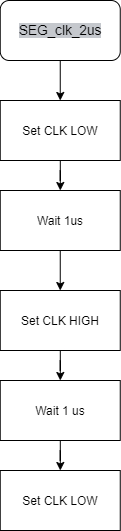
The draw.io diagram Labs/05-segment/Untitled Diagram.drawio.png in UTAN25/Digital-electronics-2, before a commit. Source tidied: cells renumbered, new cells last; positions are measured from the earlier drawing's top-left corner, leaving out a move shared by most shapes. Source of this version:
```xml
<mxGraphModel>
  <root>
    <mxCell id="0" />
    <mxCell id="1" parent="0" />
    <mxCell id="2" style="edgeStyle=orthogonalEdgeStyle;rounded=0;jettySize=auto;html=1;fontColor=#000000;" parent="1" edge="1" source="3" target="5">
      <mxGeometry relative="1" as="geometry" />
    </mxCell>
    <mxCell id="3" value="&lt;span style=&quot;font-size: 13.6px ; text-align: -webkit-left ; background-color: rgba(110 , 118 , 129 , 0.4)&quot;&gt;SEG_clk_2us&lt;/span&gt;" style="rounded=1;whiteSpace=wrap;html=1;" parent="1" vertex="1">
      <mxGeometry x="-0.2" width="120" height="60" as="geometry" />
    </mxCell>
    <mxCell id="4" style="edgeStyle=orthogonalEdgeStyle;rounded=0;jettySize=auto;html=1;fontColor=#000000;" parent="1" edge="1" source="5" target="7">
      <mxGeometry relative="1" as="geometry" />
    </mxCell>
    <mxCell id="5" value="Set CLK LOW" style="whiteSpace=wrap;html=1;" parent="1" vertex="1">
      <mxGeometry x="-0.2" y="100" width="120" height="60" as="geometry" />
    </mxCell>
    <mxCell id="6" style="edgeStyle=orthogonalEdgeStyle;rounded=0;jettySize=auto;html=1;fontColor=#000000;" parent="1" edge="1" source="7" target="9">
      <mxGeometry relative="1" as="geometry" />
    </mxCell>
    <mxCell id="7" value="Wait 1us" style="whiteSpace=wrap;html=1;" parent="1" vertex="1">
      <mxGeometry x="-0.2" y="190" width="120" height="60" as="geometry" />
    </mxCell>
    <mxCell id="8" style="edgeStyle=orthogonalEdgeStyle;rounded=0;jettySize=auto;html=1;fontColor=#000000;" parent="1" edge="1" source="9" target="11">
      <mxGeometry relative="1" as="geometry" />
    </mxCell>
    <mxCell id="9" value="Set CLK HIGH" style="whiteSpace=wrap;html=1;" parent="1" vertex="1">
      <mxGeometry x="-0.2" y="290" width="120" height="60" as="geometry" />
    </mxCell>
    <mxCell id="10" style="edgeStyle=orthogonalEdgeStyle;rounded=0;jettySize=auto;html=1;fontColor=#000000;" parent="1" edge="1" source="11" target="12">
      <mxGeometry relative="1" as="geometry" />
    </mxCell>
    <mxCell id="11" value="Wait 1 us" style="whiteSpace=wrap;html=1;" parent="1" vertex="1">
      <mxGeometry x="-0.2" y="380" width="120" height="60" as="geometry" />
    </mxCell>
    <mxCell id="12" value="Set CLK LOW" style="whiteSpace=wrap;html=1;" parent="1" vertex="1">
      <mxGeometry x="-0.2" y="470" width="120" height="60" as="geometry" />
    </mxCell>
  </root>
</mxGraphModel>
```
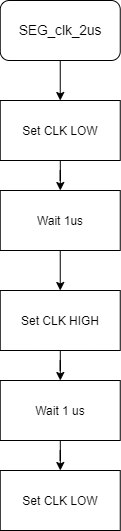
Later version of the same file.

What changed in the source:
```diff
@@ -5,7 +5,7 @@
     <mxCell id="2" style="edgeStyle=orthogonalEdgeStyle;rounded=0;jettySize=auto;html=1;fontColor=#000000;" parent="1" edge="1" source="3" target="5">
       <mxGeometry relative="1" as="geometry" />
     </mxCell>
-    <mxCell id="3" value="&lt;span style=&quot;font-size: 13.6px ; text-align: -webkit-left ; background-color: rgba(110 , 118 , 129 , 0.4)&quot;&gt;SEG_clk_2us&lt;/span&gt;" style="rounded=1;whiteSpace=wrap;html=1;" parent="1" vertex="1">
+    <mxCell id="3" value="&lt;span style=&quot;font-size: 13.6px ; text-align: -webkit-left ; background-color: rgb(255 , 255 , 255)&quot;&gt;SEG_clk_2us&lt;/span&gt;" style="rounded=1;whiteSpace=wrap;html=1;" parent="1" vertex="1">
       <mxGeometry x="-0.2" width="120" height="60" as="geometry" />
     </mxCell>
     <mxCell id="4" style="edgeStyle=orthogonalEdgeStyle;rounded=0;jettySize=auto;html=1;fontColor=#000000;" parent="1" edge="1" source="5" target="7">
```
